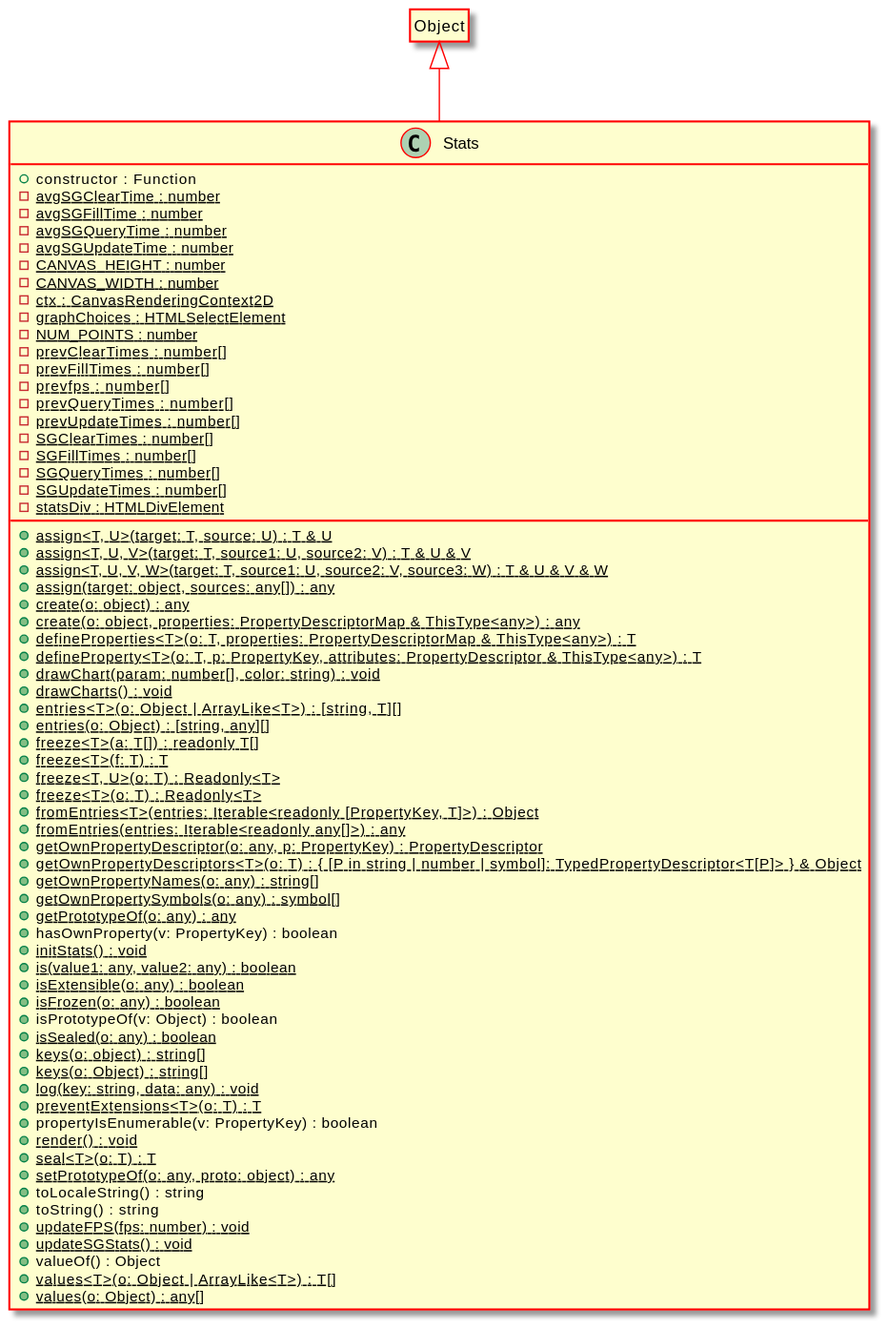
Before: docs/api/assets/Stats-umlClassDiagram-1362.svg, a diagram exported from PlantUML (Test123938/Test2).
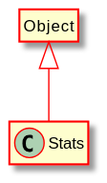
Later version of the same file.

The edit, as a diff of the source:
```diff
@@ -5,71 +5,6 @@
 hide empty methods
 hide empty fields
 class "Stats" {
-    +constructor : Function
-    {static} -avgSGClearTime : number
-    {static} -avgSGFillTime : number
-    {static} -avgSGQueryTime : number
-    {static} -avgSGUpdateTime : number
-    {static} -CANVAS_HEIGHT : number
-    {static} -CANVAS_WIDTH : number
-    {static} -ctx : CanvasRenderingContext2D
-    {static} -graphChoices : HTMLSelectElement
-    {static} -NUM_POINTS : number
-    {static} -prevClearTimes : number[]
-    {static} -prevFillTimes : number[]
-    {static} -prevfps : number[]
-    {static} -prevQueryTimes : number[]
-    {static} -prevUpdateTimes : number[]
-    {static} -SGClearTimes : number[]
-    {static} -SGFillTimes : number[]
-    {static} -SGQueryTimes : number[]
-    {static} -SGUpdateTimes : number[]
-    {static} -statsDiv : HTMLDivElement
-    {static} +assign<T, U>(target: T, source: U) : T & U
-    {static} +assign<T, U, V>(target: T, source1: U, source2: V) : T & U & V
-    {static} +assign<T, U, V, W>(target: T, source1: U, source2: V, source3: W) : T & U & V & W
-    {static} +assign(target: object, sources: any[]) : any
-    {static} +create(o: object) : any
-    {static} +create(o: object, properties: PropertyDescriptorMap & ThisType<any>) : any
-    {static} +defineProperties<T>(o: T, properties: PropertyDescriptorMap & ThisType<any>) : T
-    {static} +defineProperty<T>(o: T, p: PropertyKey, attributes: PropertyDescriptor & ThisType<any>) : T
-    {static} +drawChart(param: number[], color: string) : void
-    {static} +drawCharts() : void
-    {static} +entries<T>(o: Object | ArrayLike<T>) : [string, T][]
-    {static} +entries(o: Object) : [string, any][]
-    {static} +freeze<T>(a: T[]) : readonly T[]
-    {static} +freeze<T>(f: T) : T
-    {static} +freeze<T, U>(o: T) : Readonly<T>
-    {static} +freeze<T>(o: T) : Readonly<T>
-    {static} +fromEntries<T>(entries: Iterable<readonly [PropertyKey, T]>) : Object
-    {static} +fromEntries(entries: Iterable<readonly any[]>) : any
-    {static} +getOwnPropertyDescriptor(o: any, p: PropertyKey) : PropertyDescriptor
-    {static} +getOwnPropertyDescriptors<T>(o: T) : { [P in string | number | symbol]: TypedPropertyDescriptor<T[P]> } & Object
-    {static} +getOwnPropertyNames(o: any) : string[]
-    {static} +getOwnPropertySymbols(o: any) : symbol[]
-    {static} +getPrototypeOf(o: any) : any
-    +hasOwnProperty(v: PropertyKey) : boolean
-    {static} +initStats() : void
-    {static} +is(value1: any, value2: any) : boolean
-    {static} +isExtensible(o: any) : boolean
-    {static} +isFrozen(o: any) : boolean
-    +isPrototypeOf(v: Object) : boolean
-    {static} +isSealed(o: any) : boolean
-    {static} +keys(o: object) : string[]
-    {static} +keys(o: Object) : string[]
-    {static} +log(key: string, data: any) : void
-    {static} +preventExtensions<T>(o: T) : T
-    +propertyIsEnumerable(v: PropertyKey) : boolean
-    {static} +render() : void
-    {static} +seal<T>(o: T) : T
-    {static} +setPrototypeOf(o: any, proto: object) : any
-    +toLocaleString() : string
-    +toString() : string
-    {static} +updateFPS(fps: number) : void
-    {static} +updateSGStats() : void
-    +valueOf() : Object
-    {static} +values<T>(o: Object | ArrayLike<T>) : T[]
-    {static} +values(o: Object) : any[]
 }
 class "Object"
 hide "Object" circle
```
